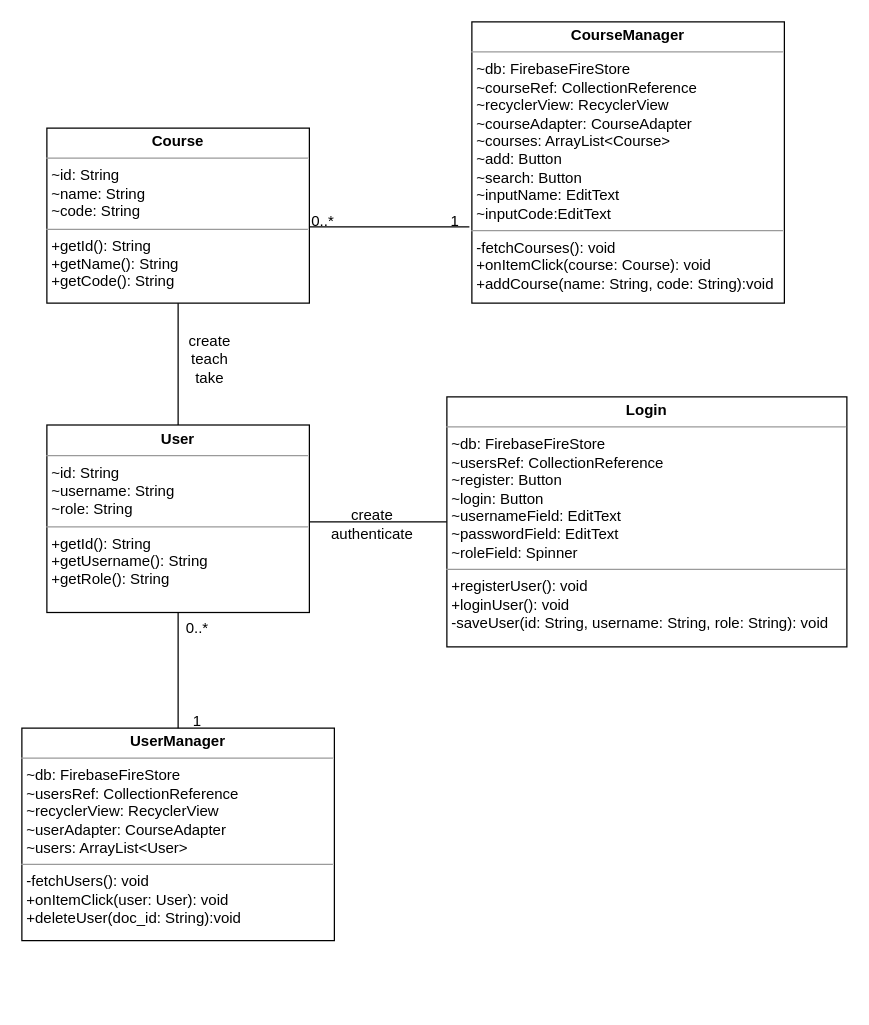
Lilydahamna/SEG3103_project keeps this draw.io diagram as UML_diagram.drawio. Above is the earlier version. Source tidied: cells renumbered, new cells numbered last; positions are measured from the earlier drawing's top-left corner, leaving out a move shared by most shapes. Both pictures are drawn from the tidied source at 125%, with x=0, y=0 at pixel (21, 21).
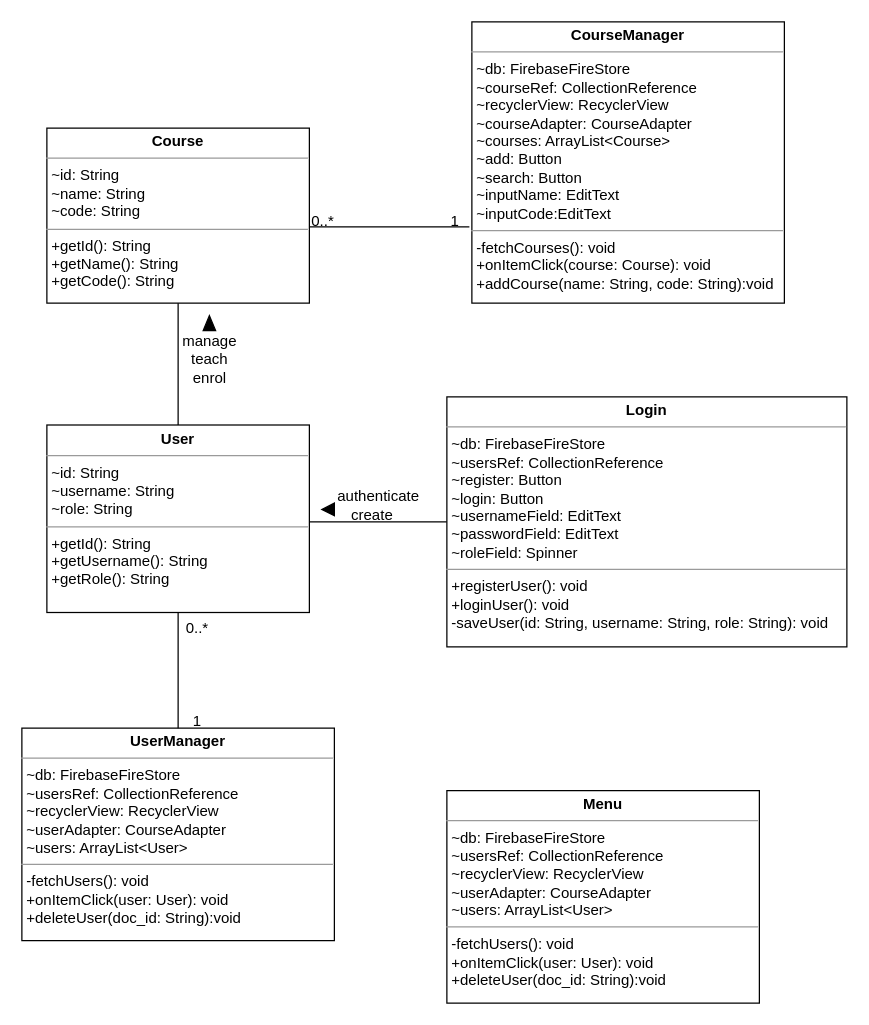
The same diagram, later.

Commit message:
uml diagram modifications

Change to the diagram source:
```diff
@@
     <mxCell id="16" value="authenticate" style="text;html=1;align=center;verticalAlign=middle;strokeColor=none;fillColor=none;" parent="1" vertex="1">
-      <mxGeometry x="235" y="395" width="90" height="30" as="geometry" />
+      <mxGeometry x="240" y="365" width="90" height="30" as="geometry" />
     </mxCell>
-    <mxCell id="17" value="create&lt;br&gt;teach&lt;br&gt;take" style="text;html=1;align=center;verticalAlign=middle;strokeColor=none;fillColor=none;" parent="1" vertex="1">
-      <mxGeometry x="120" y="240" width="60" height="60" as="geometry" />
+    <mxCell id="17" value="manage&lt;br&gt;teach&lt;br&gt;enrol" style="text;html=1;align=center;verticalAlign=middle;strokeColor=none;fillColor=none;" parent="1" vertex="1">
+      <mxGeometry x="115" y="240" width="70" height="60" as="geometry" />
     </mxCell>
@@
+    <mxCell id="19" style="triangle;whiteSpace=wrap;html=1;direction=north;fillColor=#000000;" parent="1" vertex="1">
+      <mxGeometry x="145" y="235" width="10" height="12" as="geometry" />
+    </mxCell>
+    <mxCell id="20" style="triangle;whiteSpace=wrap;html=1;direction=west;fillColor=#000000;" parent="1" vertex="1">
+      <mxGeometry x="240" y="385" width="10" height="10" as="geometry" />
+    </mxCell>
+    <mxCell id="21" value="&lt;p style=&quot;margin:0px;margin-top:4px;text-align:center;&quot;&gt;&lt;b&gt;Menu&lt;/b&gt;&lt;/p&gt;&lt;hr size=&quot;1&quot;&gt;&lt;p style=&quot;margin:0px;margin-left:4px;&quot;&gt;~db: FirebaseFireStore&lt;/p&gt;&lt;p style=&quot;margin:0px;margin-left:4px;&quot;&gt;~usersRef: CollectionReference&lt;/p&gt;&lt;p style=&quot;margin:0px;margin-left:4px;&quot;&gt;~recyclerView: RecyclerView&lt;/p&gt;&lt;p style=&quot;margin:0px;margin-left:4px;&quot;&gt;~userAdapter: CourseAdapter&lt;/p&gt;&lt;p style=&quot;margin:0px;margin-left:4px;&quot;&gt;~users: ArrayList&amp;lt;User&amp;gt;&lt;/p&gt;&lt;hr size=&quot;1&quot;&gt;&lt;p style=&quot;margin:0px;margin-left:4px;&quot;&gt;-fetchUsers(): void&lt;/p&gt;&lt;p style=&quot;margin:0px;margin-left:4px;&quot;&gt;+onItemClick(user: User): void&lt;/p&gt;&lt;p style=&quot;margin:0px;margin-left:4px;&quot;&gt;+deleteUser(doc_id: String):void&lt;/p&gt;" style="verticalAlign=top;align=left;overflow=fill;fontSize=12;fontFamily=Helvetica;html=1;" parent="1" vertex="1">
+      <mxGeometry x="340" y="615" width="250" height="170" as="geometry" />
+    </mxCell>
```
